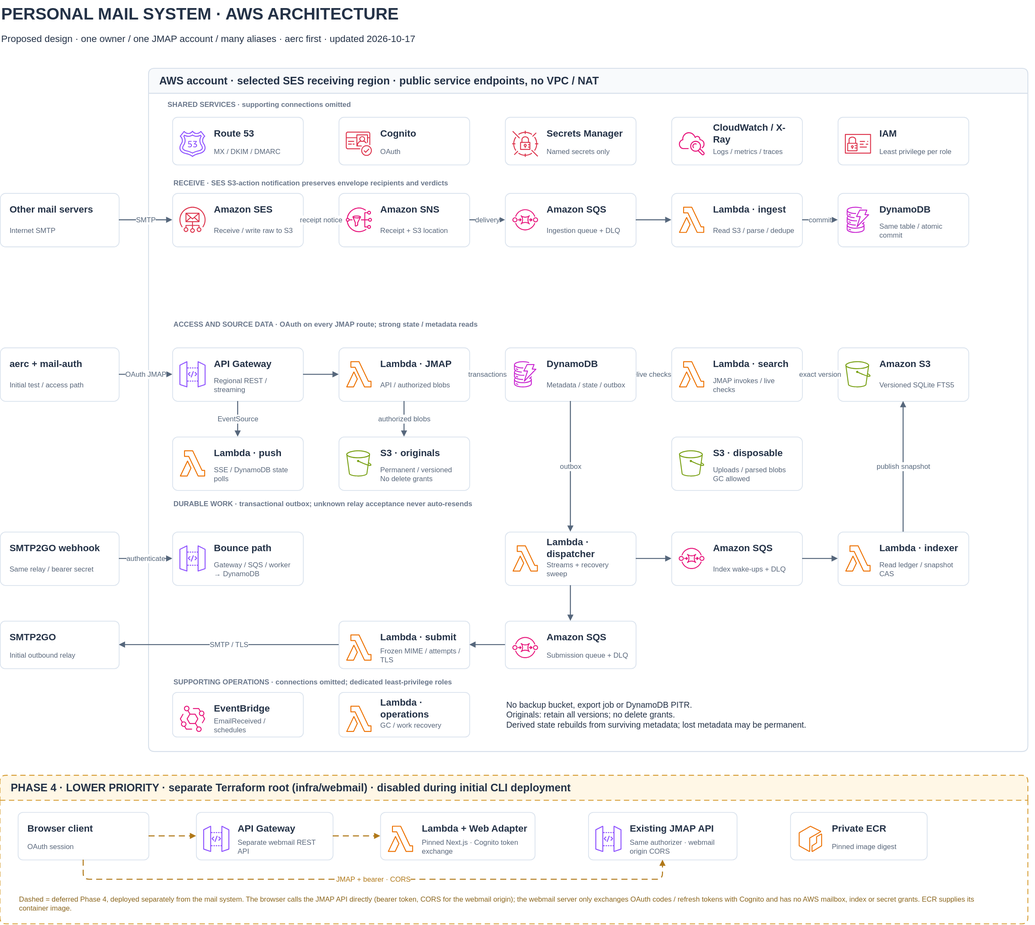
Above: docs/diagrams/aws-mail-system.drawio.svg in zero11-0203/s3mail (draw.io), before the change. Source tidied: cells renumbered, new cells last; positions are measured from the earlier drawing's top-left corner, leaving out a move shared by most shapes.
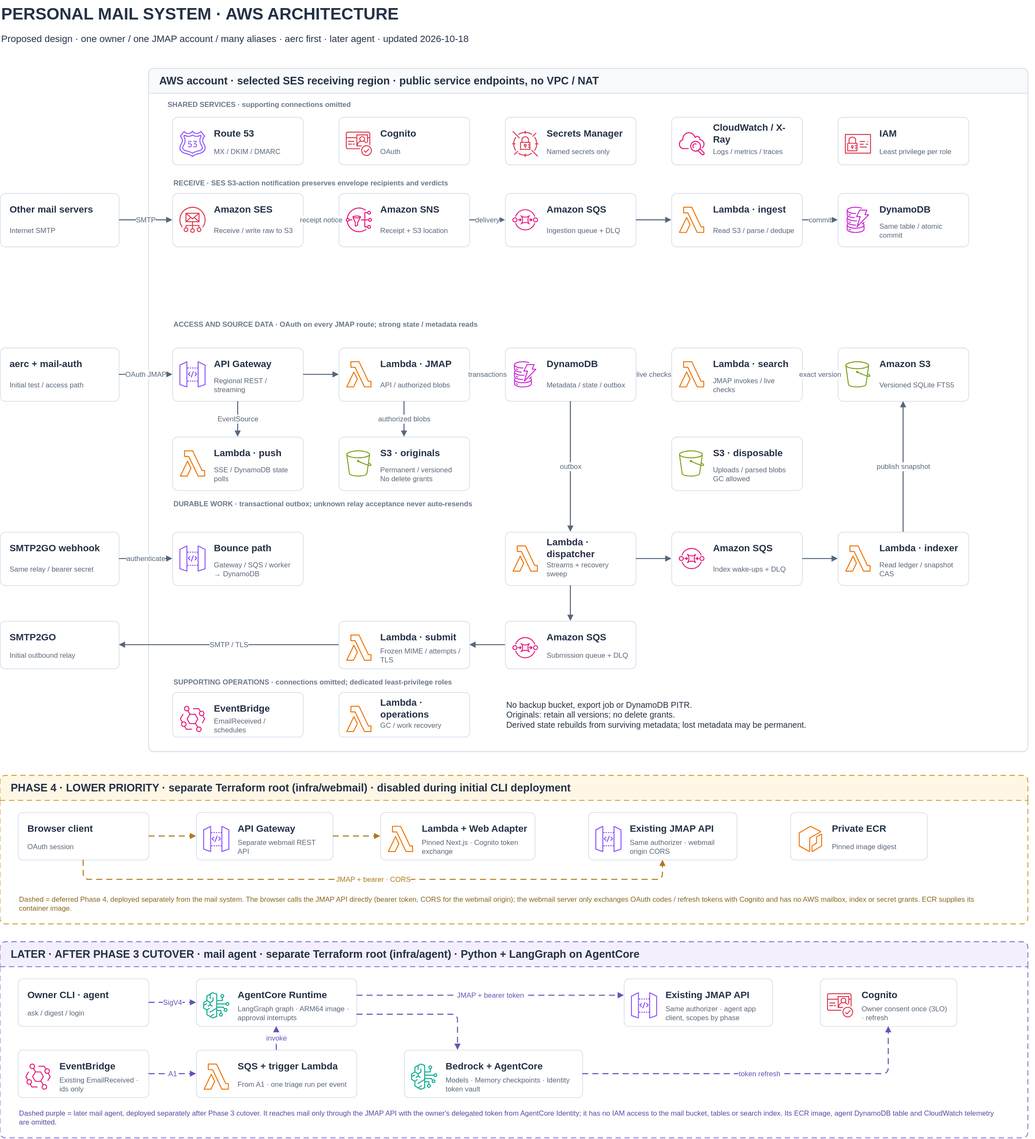
Above is the later version.

Commit message:
Design the mail agent on LangGraph and AgentCore

What changed in the source:
```diff
@@ -5,7 +5,7 @@
     <mxCell id="2" value="PERSONAL MAIL SYSTEM · AWS ARCHITECTURE" style="whiteSpace=wrap;fontFamily=Helvetica;fontColor=#243247;text;strokeColor=none;fillColor=none;align=left;verticalAlign=middle;fontSize=28;fontColor=#243247;fontStyle=1;html=1;" parent="1" vertex="1">
       <mxGeometry width="1740" height="45" as="geometry" />
     </mxCell>
-    <mxCell id="3" value="Proposed design · one owner / one JMAP account / many aliases · aerc first · updated 2026-10-17" style="whiteSpace=wrap;fontFamily=Helvetica;fontColor=#243247;text;strokeColor=none;fillColor=none;align=left;verticalAlign=middle;fontSize=16;fontColor=#243247;fontStyle=0;html=1;" parent="1" vertex="1">
+    <mxCell id="3" value="Proposed design · one owner / one JMAP account / many aliases · aerc first · later agent · updated 2026-10-18" style="whiteSpace=wrap;fontFamily=Helvetica;fontColor=#243247;text;strokeColor=none;fillColor=none;align=left;verticalAlign=middle;fontSize=16;fontColor=#243247;fontStyle=0;html=1;" parent="1" vertex="1">
       <mxGeometry y="50" width="1740" height="30" as="geometry" />
     </mxCell>
     <mxCell id="4" value="AWS account · selected SES receiving region · public service endpoints, no VPC / NAT" style="whiteSpace=wrap;fontFamily=Helvetica;fontColor=#243247;swimlane;startSize=42;rounded=1;arcSize=8;horizontal=1;align=left;spacingLeft=16;fontSize=18;fontStyle=1;strokeWidth=1.5;strokeColor=#D6DFEA;fillColor=#F8FAFC;swimlaneFillColor=#FFFFFF;html=1;" parent="1" vertex="1">
@@ -514,5 +514,110 @@
     <mxCell id="170" value="Dashed = deferred Phase 4, deployed separately from the mail system. The browser calls the JMAP API directly (bearer token, CORS for the webmail origin); the webmail server only exchanges OAuth codes / refresh tokens with Cognito and has no AWS mailbox, index or secret grants. ECR supplies its container image." style="whiteSpace=wrap;fontFamily=Helvetica;fontColor=#243247;text;strokeColor=none;fillColor=none;align=left;verticalAlign=middle;fontSize=12;fontColor=#8A651D;fontStyle=0;html=1;" parent="147" vertex="1">
       <mxGeometry x="30" y="198" width="1650" height="36" as="geometry" />
     </mxCell>
+    <mxCell id="171" value="LATER · AFTER PHASE 3 CUTOVER · mail agent · separate Terraform root (infra/agent) · Python + LangGraph on AgentCore" style="whiteSpace=wrap;fontFamily=Helvetica;fontColor=#243247;swimlane;startSize=42;rounded=1;arcSize=8;horizontal=1;align=left;spacingLeft=16;fontSize=18;fontStyle=1;strokeWidth=1.5;strokeColor=#8B73D6;fillColor=#F3EFFC;swimlaneFillColor=#FFFFFF;dashed=1;dashPattern=6 4;html=1;" parent="1" vertex="1">
+      <mxGeometry y="1585" width="1730" height="330" as="geometry" />
+    </mxCell>
+    <mxCell id="172" style="whiteSpace=wrap;fontFamily=Helvetica;fontColor=#243247;rounded=1;arcSize=10;strokeColor=#D9E2ED;fillColor=#FFFFFF;strokeWidth=1.3;html=1;" parent="171" vertex="1">
+      <mxGeometry x="30" y="62" width="220" height="80" as="geometry" />
+    </mxCell>
+    <mxCell id="173" value="Owner CLI · agent" style="whiteSpace=wrap;fontFamily=Helvetica;fontColor=#243247;text;strokeColor=none;fillColor=none;align=left;verticalAlign=middle;fontSize=16;fontColor=#243247;fontStyle=1;html=1;" parent="172" vertex="1">
+      <mxGeometry x="14" y="12" width="196" height="30" as="geometry" />
+    </mxCell>
+    <mxCell id="174" value="ask / digest / login" style="whiteSpace=wrap;fontFamily=Helvetica;fontColor=#243247;text;strokeColor=none;fillColor=none;align=left;verticalAlign=middle;fontSize=12;fontColor=#59677B;fontStyle=0;html=1;" parent="172" vertex="1">
+      <mxGeometry x="14" y="42" width="196" height="32" as="geometry" />
+    </mxCell>
+    <mxCell id="175" style="whiteSpace=wrap;fontFamily=Helvetica;fontColor=#243247;rounded=1;arcSize=10;strokeColor=#D9E2ED;fillColor=#FFFFFF;strokeWidth=1.3;html=1;" parent="171" vertex="1">
+      <mxGeometry x="330" y="62" width="270" height="80" as="geometry" />
+    </mxCell>
+    <mxCell id="176" style="shape=mxgraph.aws4.bedrock;fillColor=#01A88D;strokeColor=none;html=1;" parent="175" vertex="1">
+      <mxGeometry x="12" y="23" width="44" height="44" as="geometry" />
+    </mxCell>
+    <mxCell id="177" value="AgentCore Runtime" style="whiteSpace=wrap;fontFamily=Helvetica;fontColor=#243247;text;strokeColor=none;fillColor=none;align=left;verticalAlign=middle;fontSize=16;fontColor=#243247;fontStyle=1;html=1;" parent="175" vertex="1">
+      <mxGeometry x="68" y="12" width="192" height="30" as="geometry" />
+    </mxCell>
+    <mxCell id="178" value="LangGraph graph · ARM64 image · approval interrupts" style="whiteSpace=wrap;fontFamily=Helvetica;fontColor=#243247;text;strokeColor=none;fillColor=none;align=left;verticalAlign=middle;fontSize=12;fontColor=#59677B;fontStyle=0;html=1;" parent="175" vertex="1">
+      <mxGeometry x="68" y="42" width="192" height="32" as="geometry" />
+    </mxCell>
+    <mxCell id="179" style="whiteSpace=wrap;fontFamily=Helvetica;fontColor=#243247;rounded=1;arcSize=10;strokeColor=#D9E2ED;fillColor=#FFFFFF;strokeWidth=1.3;html=1;" parent="171" vertex="1">
+      <mxGeometry x="1050" y="62" width="250" height="80" as="geometry" />
+    </mxCell>
+    <mxCell id="180" style="shape=mxgraph.aws4.api_gateway;fillColor=#8C4FFF;strokeColor=none;html=1;" parent="179" vertex="1">
+      <mxGeometry x="12" y="23" width="44" height="44" as="geometry" />
+    </mxCell>
+    <mxCell id="181" value="Existing JMAP API" style="whiteSpace=wrap;fontFamily=Helvetica;fontColor=#243247;text;strokeColor=none;fillColor=none;align=left;verticalAlign=middle;fontSize=16;fontColor=#243247;fontStyle=1;html=1;" parent="179" vertex="1">
+      <mxGeometry x="68" y="12" width="172" height="30" as="geometry" />
+    </mxCell>
+    <mxCell id="182" value="Same authorizer · agent app client, scopes by phase" style="whiteSpace=wrap;fontFamily=Helvetica;fontColor=#243247;text;strokeColor=none;fillColor=none;align=left;verticalAlign=middle;fontSize=12;fontColor=#59677B;fontStyle=0;html=1;" parent="179" vertex="1">
+      <mxGeometry x="68" y="42" width="172" height="32" as="geometry" />
+    </mxCell>
+    <mxCell id="183" style="whiteSpace=wrap;fontFamily=Helvetica;fontColor=#243247;rounded=1;arcSize=10;strokeColor=#D9E2ED;fillColor=#FFFFFF;strokeWidth=1.3;html=1;" parent="171" vertex="1">
+      <mxGeometry x="1380" y="62" width="230" height="80" as="geometry" />
+    </mxCell>
+    <mxCell id="184" style="shape=mxgraph.aws4.cognito;fillColor=#DD344C;strokeColor=none;html=1;" parent="183" vertex="1">
+      <mxGeometry x="12" y="23" width="44" height="44" as="geometry" />
+    </mxCell>
+    <mxCell id="185" value="Cognito" style="whiteSpace=wrap;fontFamily=Helvetica;fontColor=#243247;text;strokeColor=none;fillColor=none;align=left;verticalAlign=middle;fontSize=16;fontColor=#243247;fontStyle=1;html=1;" parent="183" vertex="1">
+      <mxGeometry x="68" y="12" width="152" height="30" as="geometry" />
+    </mxCell>
+    <mxCell id="186" value="Owner consent once (3LO) · refresh" style="whiteSpace=wrap;fontFamily=Helvetica;fontColor=#243247;text;strokeColor=none;fillColor=none;align=left;verticalAlign=middle;fontSize=12;fontColor=#59677B;fontStyle=0;html=1;" parent="183" vertex="1">
+      <mxGeometry x="68" y="42" width="152" height="32" as="geometry" />
+    </mxCell>
+    <mxCell id="187" style="whiteSpace=wrap;fontFamily=Helvetica;fontColor=#243247;rounded=1;arcSize=10;strokeColor=#D9E2ED;fillColor=#FFFFFF;strokeWidth=1.3;html=1;" parent="171" vertex="1">
+      <mxGeometry x="30" y="182" width="220" height="80" as="geometry" />
+    </mxCell>
+    <mxCell id="188" style="shape=mxgraph.aws4.eventbridge;fillColor=#E7157B;strokeColor=none;html=1;" parent="187" vertex="1">
+      <mxGeometry x="12" y="23" width="44" height="44" as="geometry" />
+    </mxCell>
+    <mxCell id="189" value="EventBridge" style="whiteSpace=wrap;fontFamily=Helvetica;fontColor=#243247;text;strokeColor=none;fillColor=none;align=left;verticalAlign=middle;fontSize=16;fontColor=#243247;fontStyle=1;html=1;" parent="187" vertex="1">
+      <mxGeometry x="68" y="12" width="142" height="30" as="geometry" />
+    </mxCell>
+    <mxCell id="190" value="Existing EmailReceived · ids only" style="whiteSpace=wrap;fontFamily=Helvetica;fontColor=#243247;text;strokeColor=none;fillColor=none;align=left;verticalAlign=middle;fontSize=12;fontColor=#59677B;fontStyle=0;html=1;" parent="187" vertex="1">
+      <mxGeometry x="68" y="42" width="142" height="32" as="geometry" />
+    </mxCell>
+    <mxCell id="191" style="whiteSpace=wrap;fontFamily=Helvetica;fontColor=#243247;rounded=1;arcSize=10;strokeColor=#D9E2ED;fillColor=#FFFFFF;strokeWidth=1.3;html=1;" parent="171" vertex="1">
+      <mxGeometry x="330" y="182" width="270" height="80" as="geometry" />
+    </mxCell>
+    <mxCell id="192" style="shape=mxgraph.aws4.lambda;fillColor=#ED7100;strokeColor=none;html=1;" parent="191" vertex="1">
+      <mxGeometry x="12" y="23" width="44" height="44" as="geometry" />
+    </mxCell>
+    <mxCell id="193" value="SQS + trigger Lambda" style="whiteSpace=wrap;fontFamily=Helvetica;fontColor=#243247;text;strokeColor=none;fillColor=none;align=left;verticalAlign=middle;fontSize=16;fontColor=#243247;fontStyle=1;html=1;" parent="191" vertex="1">
+      <mxGeometry x="68" y="12" width="192" height="30" as="geometry" />
+    </mxCell>
+    <mxCell id="194" value="From A1 · one triage run per event" style="whiteSpace=wrap;fontFamily=Helvetica;fontColor=#243247;text;strokeColor=none;fillColor=none;align=left;verticalAlign=middle;fontSize=12;fontColor=#59677B;fontStyle=0;html=1;" parent="191" vertex="1">
+      <mxGeometry x="68" y="42" width="192" height="32" as="geometry" />
+    </mxCell>
+    <mxCell id="195" style="whiteSpace=wrap;fontFamily=Helvetica;fontColor=#243247;rounded=1;arcSize=10;strokeColor=#D9E2ED;fillColor=#FFFFFF;strokeWidth=1.3;html=1;" parent="171" vertex="1">
+      <mxGeometry x="680" y="182" width="300" height="80" as="geometry" />
+    </mxCell>
+    <mxCell id="196" style="shape=mxgraph.aws4.bedrock;fillColor=#01A88D;strokeColor=none;html=1;" parent="195" vertex="1">
+      <mxGeometry x="12" y="23" width="44" height="44" as="geometry" />
+    </mxCell>
+    <mxCell id="197" value="Bedrock + AgentCore" style="whiteSpace=wrap;fontFamily=Helvetica;fontColor=#243247;text;strokeColor=none;fillColor=none;align=left;verticalAlign=middle;fontSize=16;fontColor=#243247;fontStyle=1;html=1;" parent="195" vertex="1">
+      <mxGeometry x="68" y="12" width="222" height="30" as="geometry" />
+    </mxCell>
+    <mxCell id="198" value="Models · Memory checkpoints · Identity token vault" style="whiteSpace=wrap;fontFamily=Helvetica;fontColor=#243247;text;strokeColor=none;fillColor=none;align=left;verticalAlign=middle;fontSize=12;fontColor=#59677B;fontStyle=0;html=1;" parent="195" vertex="1">
+      <mxGeometry x="68" y="42" width="222" height="32" as="geometry" />
+    </mxCell>
+    <mxCell id="199" value="SigV4" style="edgeStyle=orthogonalEdgeStyle;rounded=1;html=1;endArrow=block;endFill=1;strokeColor=#6A4FB8;strokeWidth=1.7;fontFamily=Helvetica;fontSize=12;fontColor=#6A4FB8;labelBackgroundColor=#FFFFFF;dashed=1;dashPattern=6 4;" parent="171" edge="1" source="172" target="175">
+      <mxGeometry relative="1" as="geometry" />
+    </mxCell>
+    <mxCell id="200" value="JMAP + bearer token" style="edgeStyle=orthogonalEdgeStyle;rounded=1;html=1;endArrow=block;endFill=1;strokeColor=#6A4FB8;strokeWidth=1.7;fontFamily=Helvetica;fontSize=12;fontColor=#6A4FB8;labelBackgroundColor=#FFFFFF;dashed=1;dashPattern=6 4;exitX=1;exitY=0.35;exitDx=0;exitDy=0;entryX=0;entryY=0.35;entryDx=0;entryDy=0;" parent="171" edge="1" source="175" target="179">
+      <mxGeometry relative="1" as="geometry" />
+    </mxCell>
+    <mxCell id="201" value="A1" style="edgeStyle=orthogonalEdgeStyle;rounded=1;html=1;endArrow=block;endFill=1;strokeColor=#6A4FB8;strokeWidth=1.7;fontFamily=Helvetica;fontSize=12;fontColor=#6A4FB8;labelBackgroundColor=#FFFFFF;dashed=1;dashPattern=6 4;" parent="171" edge="1" source="187" target="191">
+      <mxGeometry relative="1" as="geometry" />
+    </mxCell>
+    <mxCell id="202" value="invoke" style="edgeStyle=orthogonalEdgeStyle;rounded=1;html=1;endArrow=block;endFill=1;strokeColor=#6A4FB8;strokeWidth=1.7;fontFamily=Helvetica;fontSize=12;fontColor=#6A4FB8;labelBackgroundColor=#FFFFFF;dashed=1;dashPattern=6 4;exitX=0.5;exitY=0;exitDx=0;exitDy=0;entryX=0.5;entryY=1;entryDx=0;entryDy=0;" parent="171" edge="1" source="191" target="175">
+      <mxGeometry relative="1" as="geometry" />
+    </mxCell>
+    <mxCell id="203" style="edgeStyle=orthogonalEdgeStyle;rounded=1;html=1;endArrow=block;endFill=1;strokeColor=#6A4FB8;strokeWidth=1.7;fontFamily=Helvetica;fontSize=12;fontColor=#6A4FB8;labelBackgroundColor=#FFFFFF;dashed=1;dashPattern=6 4;exitX=1;exitY=0.75;exitDx=0;exitDy=0;entryX=0.3;entryY=0;entryDx=0;entryDy=0;" parent="171" edge="1" source="175" target="195">
+      <mxGeometry relative="1" as="geometry" />
+    </mxCell>
+    <mxCell id="204" value="token refresh" style="edgeStyle=orthogonalEdgeStyle;rounded=1;html=1;endArrow=block;endFill=1;strokeColor=#6A4FB8;strokeWidth=1.7;fontFamily=Helvetica;fontSize=12;fontColor=#6A4FB8;labelBackgroundColor=#FFFFFF;dashed=1;dashPattern=6 4;exitX=1;exitY=0.5;exitDx=0;exitDy=0;entryX=0.5;entryY=1;entryDx=0;entryDy=0;" parent="171" edge="1" source="195" target="183">
+      <mxGeometry relative="1" as="geometry" />
+    </mxCell>
+    <mxCell id="205" value="Dashed purple = later mail agent, deployed separately after Phase 3 cutover. It reaches mail only through the JMAP API with the owner's delegated token from AgentCore Identity; it has no IAM access to the mail bucket, tables or search index. Its ECR image, agent DynamoDB table and CloudWatch telemetry are omitted." style="whiteSpace=wrap;fontFamily=Helvetica;fontColor=#243247;text;strokeColor=none;fillColor=none;align=left;verticalAlign=middle;fontSize=12;fontColor=#5B45A0;fontStyle=0;html=1;" parent="171" vertex="1">
+      <mxGeometry x="30" y="278" width="1650" height="36" as="geometry" />
+    </mxCell>
   </root>
 </mxGraphModel>
```
